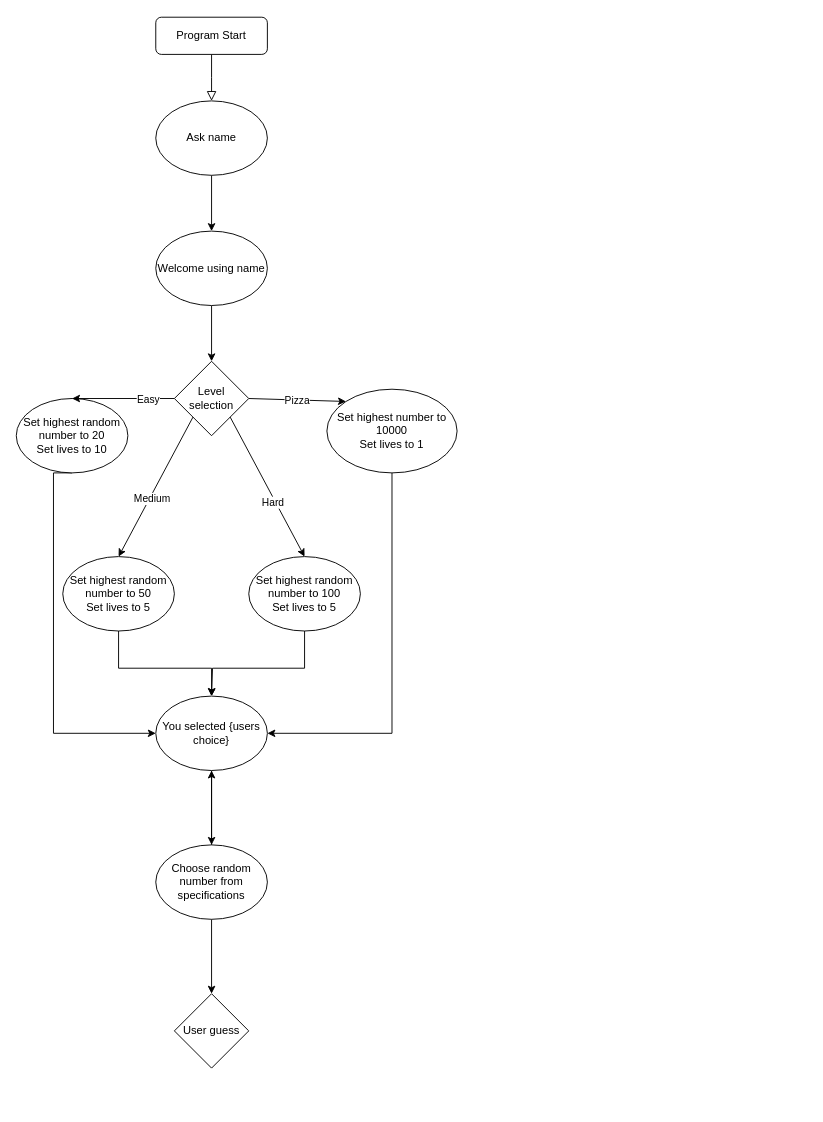
The draw.io diagram Final Project/Planning Flow Chart.drawio in Copperock/Digitech23, before the edit. Source tidied: cells renumbered, new cells numbered last; positions are measured from the earlier drawing's top-left corner, leaving out a move shared by most shapes. Both pictures are drawn from the tidied source at 93%, with x=0, y=0 at pixel (16, 17).
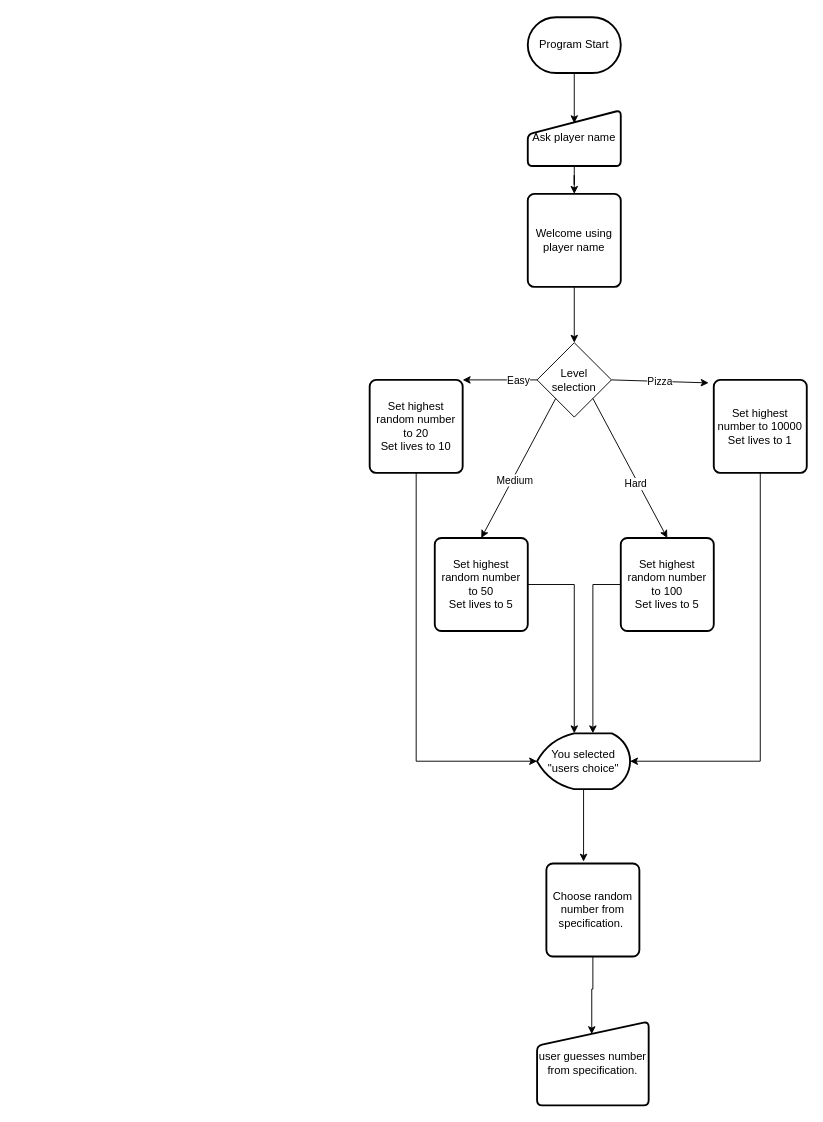
The same diagram, later.

Diff of the diagram source:
```diff
@@
-    <mxCell id="2" style="rounded=0;html=1;jettySize=auto;fontSize=11;endArrow=block;endFill=0;endSize=8;strokeWidth=1;shadow=0;labelBackgroundColor=none;edgeStyle=orthogonalEdgeStyle;" parent="1" edge="1" source="3">
-      <mxGeometry relative="1" as="geometry">
-        <mxPoint x="210" y="90" as="targetPoint" />
-      </mxGeometry>
-    </mxCell>
-    <mxCell id="3" value="Program Start" style="rounded=1;whiteSpace=wrap;html=1;fontSize=12;glass=0;strokeWidth=1;shadow=0;" parent="1" vertex="1">
-      <mxGeometry x="150" width="120" height="40" as="geometry" />
-    </mxCell>
-    <mxCell id="4" style="edgeStyle=orthogonalEdgeStyle;rounded=0;orthogonalLoop=1;jettySize=auto;html=1;exitX=0;exitY=1;exitDx=0;exitDy=0;entryX=0.25;entryY=0.625;entryDx=0;entryDy=0;entryPerimeter=0;" parent="1" edge="1">
-      <mxGeometry relative="1" as="geometry">
-        <mxPoint x="180" y="305" as="sourcePoint" />
-        <mxPoint x="180" y="292.5" as="targetPoint" />
-      </mxGeometry>
-    </mxCell>
-    <mxCell id="5" style="endArrow=classic;html=1;rounded=0;exitX=0.5;exitY=1;exitDx=0;exitDy=0;entryX=0.5;entryY=0;entryDx=0;entryDy=0;" parent="1" edge="1">
-      <mxGeometry relative="1" as="geometry">
-        <mxPoint x="210" y="170" as="sourcePoint" />
-        <mxPoint x="210" y="230" as="targetPoint" />
-      </mxGeometry>
-    </mxCell>
-    <mxCell id="6" style="endArrow=classic;html=1;rounded=0;exitX=0.5;exitY=1;exitDx=0;exitDy=0;" parent="1" edge="1" source="7">
-      <mxGeometry relative="1" as="geometry">
-        <mxPoint x="210" y="370" as="targetPoint" />
-      </mxGeometry>
-    </mxCell>
-    <mxCell id="7" value="Welcome using name" style="ellipse;whiteSpace=wrap;html=1;" parent="1" vertex="1">
-      <mxGeometry x="150" y="230" width="120" height="80" as="geometry" />
-    </mxCell>
-    <mxCell id="8" value="Ask name" style="ellipse;whiteSpace=wrap;html=1;" parent="1" vertex="1">
-      <mxGeometry x="150" y="90" width="120" height="80" as="geometry" />
-    </mxCell>
     <mxCell id="9" value="Level selection" style="rhombus;whiteSpace=wrap;html=1;" parent="1" vertex="1">
-      <mxGeometry x="170" y="370" width="80" height="80" as="geometry" />
+      <mxGeometry x="560" y="350" width="80" height="80" as="geometry" />
     </mxCell>
-    <mxCell id="10" style="edgeStyle=orthogonalEdgeStyle;rounded=0;jettySize=auto;html=1;" parent="1" edge="1" source="11" target="26">
-      <mxGeometry relative="1" as="geometry">
-        <Array as="points">
-          <mxPoint x="110" y="700" />
-          <mxPoint x="210" y="700" />
-        </Array>
-      </mxGeometry>
-    </mxCell>
-    <mxCell id="11" value="Set highest random number to 50&lt;br&gt;Set lives to 5" style="ellipse;whiteSpace=wrap;html=1;" parent="1" vertex="1">
-      <mxGeometry x="50" y="580" width="120" height="80" as="geometry" />
-    </mxCell>
-    <mxCell id="12" style="edgeStyle=orthogonalEdgeStyle;rounded=0;jettySize=auto;html=1;entryX=1;entryY=0.5;entryDx=0;entryDy=0;" parent="1" edge="1" source="13" target="26">
-      <mxGeometry relative="1" as="geometry">
-        <Array as="points">
-          <mxPoint x="404" y="770" />
-        </Array>
-      </mxGeometry>
-    </mxCell>
-    <mxCell id="13" value="Set highest number to 10000&lt;br&gt;Set lives to 1" style="ellipse;whiteSpace=wrap;html=1;" parent="1" vertex="1">
-      <mxGeometry x="334" y="400" width="140" height="90" as="geometry" />
-    </mxCell>
-    <mxCell id="14" style="edgeStyle=orthogonalEdgeStyle;rounded=0;jettySize=auto;html=1;entryX=0;entryY=0.5;entryDx=0;entryDy=0;exitX=0.5;exitY=1;exitDx=0;exitDy=0;" parent="1" edge="1" source="15" target="26">
-      <mxGeometry relative="1" as="geometry">
-        <Array as="points">
-          <mxPoint x="40" y="490" />
-          <mxPoint x="40" y="770" />
-        </Array>
-      </mxGeometry>
-    </mxCell>
-    <mxCell id="15" value="Set highest random number to 20&lt;br&gt;Set lives to 10" style="ellipse;whiteSpace=wrap;html=1;" parent="1" vertex="1">
-      <mxGeometry y="410" width="120" height="80" as="geometry" />
-    </mxCell>
-    <mxCell id="16" style="endArrow=classic;html=1;rounded=0;entryX=0.5;entryY=0;entryDx=0;entryDy=0;exitX=0;exitY=1;exitDx=0;exitDy=0;" parent="1" edge="1" source="9" target="11">
-      <mxGeometry relative="1" as="geometry" />
+    <mxCell id="16" style="endArrow=classic;html=1;rounded=0;entryX=0.5;entryY=0;entryDx=0;entryDy=0;exitX=0;exitY=1;exitDx=0;exitDy=0;" parent="1" edge="1" source="9">
+      <mxGeometry relative="1" as="geometry">
+        <mxPoint x="500" y="560" as="targetPoint" />
+      </mxGeometry>
     </mxCell>
@@
-    <mxCell id="18" value="Pizza" style="endArrow=classic;html=1;rounded=0;exitX=1;exitY=0.5;exitDx=0;exitDy=0;entryX=0;entryY=0;entryDx=0;entryDy=0;" parent="1" edge="1" source="9" target="13">
-      <mxGeometry relative="1" as="geometry" />
+    <mxCell id="18" value="Pizza" style="endArrow=classic;html=1;rounded=0;exitX=1;exitY=0.5;exitDx=0;exitDy=0;entryX=0;entryY=0;entryDx=0;entryDy=0;" parent="1" edge="1" source="9">
+      <mxGeometry relative="1" as="geometry">
+        <mxPoint x="744.5" y="393.2" as="targetPoint" />
+      </mxGeometry>
     </mxCell>
-    <mxCell id="19" style="endArrow=classic;html=1;rounded=0;exitX=0;exitY=0.5;exitDx=0;exitDy=0;entryX=0.5;entryY=0;entryDx=0;entryDy=0;" parent="1" edge="1" source="9" target="15">
+    <mxCell id="19" style="endArrow=classic;html=1;rounded=0;exitX=0;exitY=0.5;exitDx=0;exitDy=0;entryX=1;entryY=0;entryDx=0;entryDy=0;" parent="1" edge="1" source="9" target="15">
       <mxGeometry relative="1" as="geometry" />
     </mxCell>
@@
-    <mxCell id="21" style="edgeStyle=orthogonalEdgeStyle;rounded=0;jettySize=auto;html=1;entryX=0.5;entryY=0;entryDx=0;entryDy=0;" parent="1" edge="1" source="22" target="26">
-      <mxGeometry relative="1" as="geometry">
-        <Array as="points">
-          <mxPoint x="310" y="700" />
-          <mxPoint x="211" y="700" />
-        </Array>
-      </mxGeometry>
-    </mxCell>
-    <mxCell id="22" value="Set highest random number to 100&lt;br&gt;Set lives to 5" style="ellipse;whiteSpace=wrap;html=1;" parent="1" vertex="1">
-      <mxGeometry x="250" y="580" width="120" height="80" as="geometry" />
-    </mxCell>
-    <mxCell id="23" style="endArrow=classic;html=1;rounded=0;exitX=1;exitY=1;exitDx=0;exitDy=0;entryX=0.5;entryY=0;entryDx=0;entryDy=0;" parent="1" edge="1" source="9" target="22">
-      <mxGeometry relative="1" as="geometry" />
+    <mxCell id="23" style="endArrow=classic;html=1;rounded=0;exitX=1;exitY=1;exitDx=0;exitDy=0;entryX=0.5;entryY=0;entryDx=0;entryDy=0;" parent="1" edge="1" source="9">
+      <mxGeometry relative="1" as="geometry">
+        <mxPoint x="700" y="560" as="targetPoint" />
+      </mxGeometry>
     </mxCell>
@@
-    <mxCell id="25" style="edgeStyle=orthogonalEdgeStyle;rounded=0;jettySize=auto;html=1;" parent="1" edge="1" source="26" target="29">
-      <mxGeometry relative="1" as="geometry" />
-    </mxCell>
-    <mxCell id="26" value="You selected {users choice}" style="ellipse;whiteSpace=wrap;html=1;" parent="1" vertex="1">
-      <mxGeometry x="150" y="730" width="120" height="80" as="geometry" />
-    </mxCell>
-    <mxCell id="27" style="edgeStyle=orthogonalEdgeStyle;rounded=0;jettySize=auto;html=1;" parent="1" edge="1" source="29" target="26">
-      <mxGeometry relative="1" as="geometry" />
-    </mxCell>
-    <mxCell id="28" style="edgeStyle=orthogonalEdgeStyle;rounded=0;jettySize=auto;html=1;" parent="1" edge="1" source="29" target="30">
-      <mxGeometry relative="1" as="geometry" />
-    </mxCell>
-    <mxCell id="29" value="Choose random number from specifications" style="ellipse;whiteSpace=wrap;html=1;" parent="1" vertex="1">
-      <mxGeometry x="150" y="890" width="120" height="80" as="geometry" />
-    </mxCell>
-    <mxCell id="30" value="User guess" style="rhombus;whiteSpace=wrap;html=1;" parent="1" vertex="1">
-      <mxGeometry x="170" y="1050" width="80" height="80" as="geometry" />
-    </mxCell>
+    <mxCell id="31" style="edgeStyle=orthogonalEdgeStyle;rounded=0;jettySize=auto;html=1;entryX=0.5;entryY=0.233;entryDx=0;entryDy=0;entryPerimeter=0;" parent="1" edge="1" source="3" target="33">
+      <mxGeometry relative="1" as="geometry" />
+    </mxCell>
+    <mxCell id="3" value="Program Start" style="strokeWidth=2;html=1;shape=mxgraph.flowchart.terminator;whiteSpace=wrap;" parent="1" vertex="1">
+      <mxGeometry x="550" width="100" height="60" as="geometry" />
+    </mxCell>
+    <mxCell id="32" style="edgeStyle=orthogonalEdgeStyle;rounded=0;jettySize=auto;html=1;" parent="1" edge="1" source="33" target="35">
+      <mxGeometry relative="1" as="geometry" />
+    </mxCell>
+    <mxCell id="33" value="Ask player name" style="html=1;strokeWidth=2;shape=manualInput;whiteSpace=wrap;rounded=1;size=26;arcSize=11;" parent="1" vertex="1">
+      <mxGeometry x="550" y="100" width="100" height="60" as="geometry" />
+    </mxCell>
+    <mxCell id="34" style="edgeStyle=orthogonalEdgeStyle;rounded=0;jettySize=auto;html=1;entryX=0.5;entryY=0;entryDx=0;entryDy=0;" parent="1" edge="1" source="35" target="9">
+      <mxGeometry relative="1" as="geometry" />
+    </mxCell>
+    <mxCell id="35" value="Welcome using player name" style="rounded=1;whiteSpace=wrap;html=1;absoluteArcSize=1;arcSize=14;strokeWidth=2;" parent="1" vertex="1">
+      <mxGeometry x="550" y="190" width="100" height="100" as="geometry" />
+    </mxCell>
+    <mxCell id="36" style="edgeStyle=orthogonalEdgeStyle;rounded=0;jettySize=auto;html=1;entryX=0;entryY=0.5;entryDx=0;entryDy=0;entryPerimeter=0;" parent="1" edge="1" source="15" target="41">
+      <mxGeometry relative="1" as="geometry">
+        <Array as="points">
+          <mxPoint x="430" y="800" />
+        </Array>
+      </mxGeometry>
+    </mxCell>
+    <mxCell id="15" value="Set highest random number to 20&lt;br style=&quot;border-color: var(--border-color);&quot;&gt;Set lives to 10" style="rounded=1;whiteSpace=wrap;html=1;absoluteArcSize=1;arcSize=14;strokeWidth=2;" parent="1" vertex="1">
+      <mxGeometry x="380" y="390" width="100" height="100" as="geometry" />
+    </mxCell>
+    <mxCell id="37" style="edgeStyle=orthogonalEdgeStyle;rounded=0;jettySize=auto;html=1;entryX=0.6;entryY=0;entryDx=0;entryDy=0;entryPerimeter=0;" parent="1" edge="1" source="22" target="41">
+      <mxGeometry relative="1" as="geometry">
+        <Array as="points">
+          <mxPoint x="620" y="610" />
+        </Array>
+      </mxGeometry>
+    </mxCell>
+    <mxCell id="22" value="Set highest random number to 100&lt;br style=&quot;border-color: var(--border-color);&quot;&gt;Set lives to 5" style="rounded=1;whiteSpace=wrap;html=1;absoluteArcSize=1;arcSize=14;strokeWidth=2;" parent="1" vertex="1">
+      <mxGeometry x="650" y="560" width="100" height="100" as="geometry" />
+    </mxCell>
+    <mxCell id="38" style="edgeStyle=orthogonalEdgeStyle;rounded=0;jettySize=auto;html=1;" parent="1" edge="1" source="11" target="41">
+      <mxGeometry relative="1" as="geometry">
+        <Array as="points">
+          <mxPoint x="600" y="610" />
+        </Array>
+      </mxGeometry>
+    </mxCell>
+    <mxCell id="11" value="Set highest random number to 50&lt;br style=&quot;border-color: var(--border-color);&quot;&gt;Set lives to 5" style="rounded=1;whiteSpace=wrap;html=1;absoluteArcSize=1;arcSize=14;strokeWidth=2;" parent="1" vertex="1">
+      <mxGeometry x="450" y="560" width="100" height="100" as="geometry" />
+    </mxCell>
+    <mxCell id="39" style="edgeStyle=orthogonalEdgeStyle;rounded=0;jettySize=auto;html=1;entryX=1;entryY=0.5;entryDx=0;entryDy=0;entryPerimeter=0;" parent="1" edge="1" source="13" target="41">
+      <mxGeometry relative="1" as="geometry">
+        <Array as="points">
+          <mxPoint x="800" y="800" />
+        </Array>
+      </mxGeometry>
+    </mxCell>
+    <mxCell id="13" value="Set highest number to 10000&lt;br style=&quot;border-color: var(--border-color);&quot;&gt;Set lives to 1" style="rounded=1;whiteSpace=wrap;html=1;absoluteArcSize=1;arcSize=14;strokeWidth=2;" parent="1" vertex="1">
+      <mxGeometry x="750" y="390" width="100" height="100" as="geometry" />
+    </mxCell>
+    <mxCell id="40" style="edgeStyle=orthogonalEdgeStyle;rounded=0;jettySize=auto;html=1;entryX=0.4;entryY=-0.02;entryDx=0;entryDy=0;entryPerimeter=0;" parent="1" edge="1" source="41" target="43">
+      <mxGeometry relative="1" as="geometry" />
+    </mxCell>
+    <mxCell id="41" value="You selected &quot;users choice&quot;" style="strokeWidth=2;html=1;shape=mxgraph.flowchart.display;whiteSpace=wrap;" parent="1" vertex="1">
+      <mxGeometry x="560" y="770" width="100" height="60" as="geometry" />
+    </mxCell>
+    <mxCell id="42" style="edgeStyle=orthogonalEdgeStyle;rounded=0;jettySize=auto;html=1;entryX=0.49;entryY=0.15;entryDx=0;entryDy=0;entryPerimeter=0;" parent="1" edge="1" source="43" target="44">
+      <mxGeometry relative="1" as="geometry" />
+    </mxCell>
+    <mxCell id="43" value="Choose random number from specification.&amp;nbsp;" style="rounded=1;whiteSpace=wrap;html=1;absoluteArcSize=1;arcSize=14;strokeWidth=2;" parent="1" vertex="1">
+      <mxGeometry x="570" y="910" width="100" height="100" as="geometry" />
+    </mxCell>
+    <mxCell id="44" value="user guesses number from specification." style="html=1;strokeWidth=2;shape=manualInput;whiteSpace=wrap;rounded=1;size=26;arcSize=11;" parent="1" vertex="1">
+      <mxGeometry x="560" y="1080" width="120" height="90" as="geometry" />
+    </mxCell>
```
